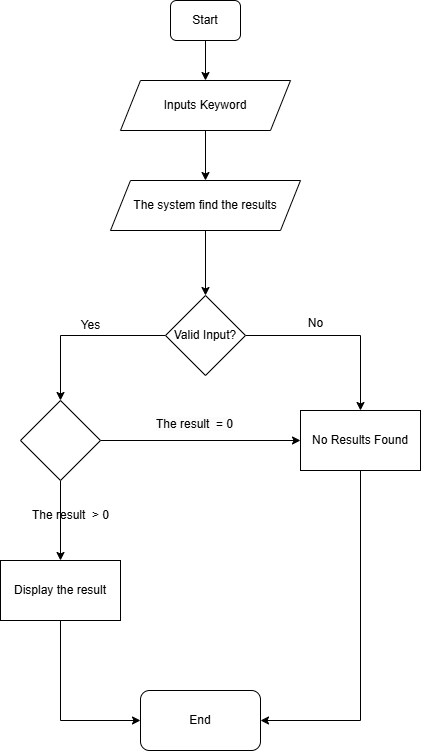
This is Biểu đồ không có tiêu đề.drawio.png from nhathao19/Crowdfunding-platform, a draw.io export, as it was before one commit. Source tidied: cells renumbered, new cells last; positions are measured from the earlier drawing's top-left corner, leaving out a move shared by most shapes.
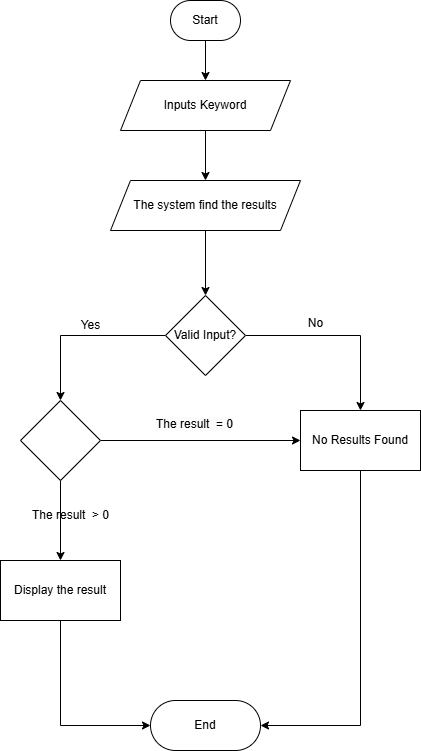
The same diagram one commit later.

Commit message:
Cập nhật Biểu đồ không có tiêu đề.drawio.png

What changed in the source:
```diff
@@ -5,7 +5,7 @@
     <mxCell id="2" style="edgeStyle=orthogonalEdgeStyle;rounded=0;jettySize=auto;html=1;" parent="1" edge="1" source="3" target="5">
       <mxGeometry relative="1" as="geometry" />
     </mxCell>
-    <mxCell id="3" value="Start" style="rounded=1;whiteSpace=wrap;html=1;fontSize=12;glass=0;strokeWidth=1;shadow=0;" parent="1" vertex="1">
+    <mxCell id="3" value="Start" style="rounded=1;whiteSpace=wrap;html=1;fontSize=12;glass=0;strokeWidth=1;shadow=0;arcSize=50;" parent="1" vertex="1">
       <mxGeometry x="170" width="70" height="40" as="geometry" />
     </mxCell>
     <mxCell id="4" style="edgeStyle=orthogonalEdgeStyle;rounded=0;jettySize=auto;html=1;" parent="1" edge="1" source="5" target="7">
@@ -41,8 +41,8 @@
     <mxCell id="14" value="No Results Found" style="whiteSpace=wrap;html=1;" parent="1" vertex="1">
       <mxGeometry x="300" y="410" width="120" height="60" as="geometry" />
     </mxCell>
-    <mxCell id="15" value="End" style="rounded=1;whiteSpace=wrap;html=1;" parent="1" vertex="1">
-      <mxGeometry x="140" y="690" width="120" height="60" as="geometry" />
+    <mxCell id="15" value="End" style="rounded=1;whiteSpace=wrap;html=1;arcSize=50;" parent="1" vertex="1">
+      <mxGeometry x="150" y="700" width="110" height="50" as="geometry" />
     </mxCell>
     <mxCell id="16" value="The result&amp;nbsp; &amp;gt; 0" style="text;html=1;align=center;verticalAlign=middle;strokeColor=none;fillColor=none;" parent="1" vertex="1">
       <mxGeometry x="20" y="500" width="100" height="30" as="geometry" />
```
